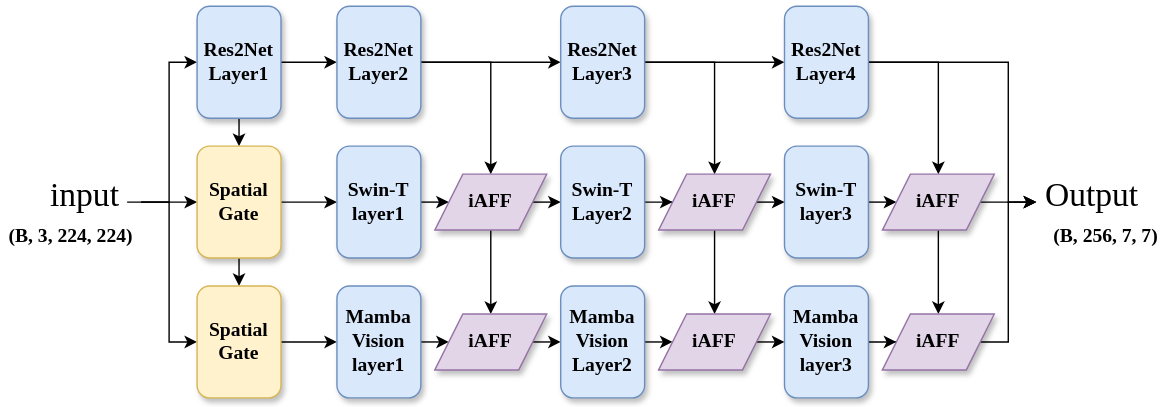
Before: illustrator/FusNet_encoder.svg, a diagram exported from draw.io (ccolr/FusNet). Source tidied: cells renumbered, new cells last; positions are measured from the earlier drawing's top-left corner, leaving out a move shared by most shapes.
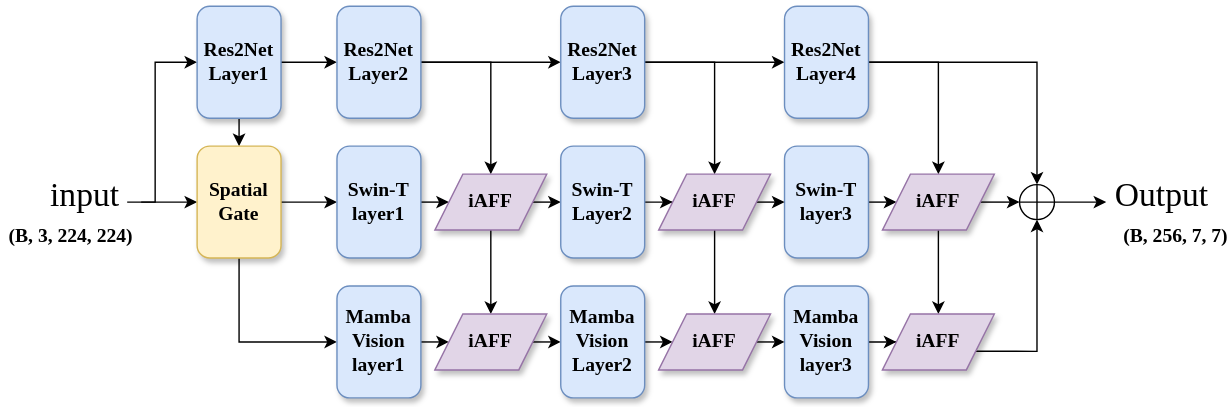
The same diagram one commit later.

The edit, as a diff of the source:
```diff
@@ -6,21 +6,11 @@
       <mxGeometry relative="1" as="geometry">
         <mxPoint x="100" y="140" as="sourcePoint" />
         <Array as="points">
-          <mxPoint x="120" y="140" />
-          <mxPoint x="120" y="40" />
+          <mxPoint x="110" y="140" />
+          <mxPoint x="110" y="40" />
         </Array>
       </mxGeometry>
     </mxCell>
-    <mxCell id="3" style="edgeStyle=orthogonalEdgeStyle;rounded=0;orthogonalLoop=1;jettySize=auto;html=1;exitX=1;exitY=0.5;exitDx=0;exitDy=0;curved=0;" parent="1" edge="1">
-      <mxGeometry relative="1" as="geometry">
-        <mxPoint x="100" y="140" as="sourcePoint" />
-        <mxPoint x="140" y="240" as="targetPoint" />
-        <Array as="points">
-          <mxPoint x="120" y="140" />
-          <mxPoint x="120" y="240" />
-        </Array>
-      </mxGeometry>
-    </mxCell>
     <mxCell id="4" style="edgeStyle=orthogonalEdgeStyle;rounded=0;orthogonalLoop=1;jettySize=auto;html=1;curved=0;" parent="1" edge="1">
       <mxGeometry relative="1" as="geometry">
         <mxPoint x="90" y="140" as="sourcePoint" />
@@ -38,8 +28,12 @@
     <mxCell id="7" value="&lt;font face=&quot;Times New Roman&quot; style=&quot;font-size: 14px;&quot;&gt;&lt;b&gt;Res2Net&lt;br&gt;Layer1&lt;/b&gt;&lt;/font&gt;" style="rounded=1;whiteSpace=wrap;html=1;direction=south;fillColor=#dae8fc;strokeColor=#6c8ebf;shadow=1;" parent="1" vertex="1">
       <mxGeometry x="140" width="60" height="80" as="geometry" />
     </mxCell>
-    <mxCell id="8" style="edgeStyle=orthogonalEdgeStyle;rounded=0;jettySize=auto;html=1;exitX=1;exitY=0.5;exitDx=0;exitDy=0;entryX=0;entryY=0.5;entryDx=0;entryDy=0;" parent="1" edge="1" source="10" target="12">
-      <mxGeometry relative="1" as="geometry" />
+    <mxCell id="8" style="edgeStyle=orthogonalEdgeStyle;rounded=0;jettySize=auto;html=1;exitX=1;exitY=0.5;exitDx=0;exitDy=0;entryX=0.5;entryY=1;entryDx=0;entryDy=0;curved=0;" parent="1" edge="1" source="10" target="19">
+      <mxGeometry relative="1" as="geometry">
+        <Array as="points">
+          <mxPoint x="170" y="240" />
+        </Array>
+      </mxGeometry>
     </mxCell>
     <mxCell id="9" style="edgeStyle=orthogonalEdgeStyle;rounded=0;jettySize=auto;html=1;exitX=0.5;exitY=0;exitDx=0;exitDy=0;" parent="1" edge="1" source="10">
       <mxGeometry relative="1" as="geometry">
@@ -49,18 +43,10 @@
     <mxCell id="10" value="&lt;font face=&quot;Times New Roman&quot; style=&quot;font-size: 14px;&quot;&gt;&lt;b&gt;Spatial&lt;br&gt;Gate&lt;/b&gt;&lt;/font&gt;" style="rounded=1;whiteSpace=wrap;html=1;direction=south;fillColor=#fff2cc;strokeColor=#d6b656;shadow=1;" parent="1" vertex="1">
       <mxGeometry x="140" y="100" width="60" height="80" as="geometry" />
     </mxCell>
-    <mxCell id="11" style="edgeStyle=orthogonalEdgeStyle;rounded=0;jettySize=auto;html=1;exitX=0.5;exitY=0;exitDx=0;exitDy=0;" parent="1" edge="1" source="12">
-      <mxGeometry relative="1" as="geometry">
-        <mxPoint x="240" y="240" as="targetPoint" />
-      </mxGeometry>
-    </mxCell>
-    <mxCell id="12" value="&lt;font style=&quot;font-size: 14px;&quot; face=&quot;Times New Roman&quot;&gt;&lt;b&gt;Spatial&lt;br&gt;Gate&lt;/b&gt;&lt;/font&gt;" style="rounded=1;whiteSpace=wrap;html=1;direction=south;fillColor=#fff2cc;strokeColor=#d6b656;shadow=1;" parent="1" vertex="1">
-      <mxGeometry x="140" y="200" width="60" height="80" as="geometry" />
-    </mxCell>
     <mxCell id="13" style="edgeStyle=orthogonalEdgeStyle;rounded=0;jettySize=auto;html=1;exitX=0.5;exitY=0;exitDx=0;exitDy=0;entryX=0.5;entryY=1;entryDx=0;entryDy=0;" parent="1" edge="1" source="15" target="27">
       <mxGeometry relative="1" as="geometry" />
     </mxCell>
-    <mxCell id="14" style="edgeStyle=orthogonalEdgeStyle;rounded=0;jettySize=auto;html=1;exitX=0.5;exitY=0;exitDx=0;exitDy=0;entryX=0.5;entryY=0;entryDx=0;entryDy=0;" parent="1" edge="1" source="15" target="22">
+    <mxCell id="14" style="edgeStyle=orthogonalEdgeStyle;rounded=0;jettySize=auto;html=1;exitX=0.5;exitY=0;exitDx=0;exitDy=0;entryX=0.5;entryY=0;entryDx=0;entryDy=0;curved=0;" parent="1" edge="1" source="15" target="22">
       <mxGeometry relative="1" as="geometry" />
     </mxCell>
     <mxCell id="15" value="&lt;b style=&quot;font-family: &amp;quot;Times New Roman&amp;quot;; font-size: 14px;&quot;&gt;Res2Net&lt;br&gt;Layer2&lt;/b&gt;" style="rounded=1;whiteSpace=wrap;html=1;direction=south;fillColor=#dae8fc;strokeColor=#6c8ebf;shadow=1;" parent="1" vertex="1">
@@ -98,7 +84,7 @@
     <mxCell id="25" style="edgeStyle=orthogonalEdgeStyle;rounded=0;jettySize=auto;html=1;exitX=0.5;exitY=0;exitDx=0;exitDy=0;entryX=0.5;entryY=1;entryDx=0;entryDy=0;" parent="1" edge="1" source="27" target="34">
       <mxGeometry relative="1" as="geometry" />
     </mxCell>
-    <mxCell id="26" style="edgeStyle=orthogonalEdgeStyle;rounded=0;jettySize=auto;html=1;exitX=0.5;exitY=0;exitDx=0;exitDy=0;" parent="1" edge="1" source="27" target="41">
+    <mxCell id="26" style="edgeStyle=orthogonalEdgeStyle;rounded=0;jettySize=auto;html=1;exitX=0.5;exitY=0;exitDx=0;exitDy=0;curved=0;" parent="1" edge="1" source="27" target="41">
       <mxGeometry relative="1" as="geometry" />
     </mxCell>
     <mxCell id="27" value="&lt;b style=&quot;font-family: &amp;quot;Times New Roman&amp;quot;; font-size: 14px;&quot;&gt;Res2Net&lt;br&gt;Layer3&lt;/b&gt;" style="rounded=1;whiteSpace=wrap;html=1;direction=south;fillColor=#dae8fc;strokeColor=#6c8ebf;shadow=1;" parent="1" vertex="1">
@@ -119,16 +105,9 @@
     <mxCell id="32" style="edgeStyle=orthogonalEdgeStyle;rounded=0;jettySize=auto;html=1;exitX=0.5;exitY=0;exitDx=0;exitDy=0;entryX=0.5;entryY=0;entryDx=0;entryDy=0;" parent="1" edge="1" source="34" target="46">
       <mxGeometry relative="1" as="geometry" />
     </mxCell>
-    <mxCell id="33" style="edgeStyle=orthogonalEdgeStyle;rounded=0;orthogonalLoop=1;jettySize=auto;html=1;exitX=0.5;exitY=0;exitDx=0;exitDy=0;" parent="1" edge="1">
-      <mxGeometry relative="1" as="geometry">
-        <mxPoint x="610" y="40" as="sourcePoint" />
-        <mxPoint x="740" y="140" as="targetPoint" />
-        <Array as="points">
-          <mxPoint x="720" y="40" />
-          <mxPoint x="720" y="140" />
-        </Array>
-      </mxGeometry>
-    </mxCell>
+    <mxCell id="53" style="edgeStyle=orthogonalEdgeStyle;rounded=0;jettySize=auto;html=1;exitX=0.5;exitY=0;exitDx=0;exitDy=0;entryX=0.5;entryY=0;entryDx=0;entryDy=0;curved=0;" parent="1" edge="1" source="34" target="57">
+      <mxGeometry relative="1" as="geometry" />
+    </mxCell>
     <mxCell id="34" value="&lt;b style=&quot;font-family: &amp;quot;Times New Roman&amp;quot;; font-size: 14px;&quot;&gt;Res2Net&lt;br&gt;Layer4&lt;/b&gt;" style="rounded=1;whiteSpace=wrap;html=1;direction=south;fillColor=#dae8fc;strokeColor=#6c8ebf;shadow=1;" parent="1" vertex="1">
       <mxGeometry x="560" width="60" height="80" as="geometry" />
     </mxCell>
@@ -164,23 +143,15 @@
     <mxCell id="44" style="edgeStyle=orthogonalEdgeStyle;rounded=0;jettySize=auto;html=1;exitX=0.5;exitY=1;exitDx=0;exitDy=0;entryX=0.5;entryY=0;entryDx=0;entryDy=0;" parent="1" edge="1" source="46" target="48">
       <mxGeometry relative="1" as="geometry" />
     </mxCell>
-    <mxCell id="45" style="edgeStyle=orthogonalEdgeStyle;rounded=0;jettySize=auto;html=1;exitX=1;exitY=0.5;exitDx=0;exitDy=0;" parent="1" edge="1" source="46">
-      <mxGeometry relative="1" as="geometry">
-        <mxPoint x="740" y="140" as="targetPoint" />
-      </mxGeometry>
-    </mxCell>
+    <mxCell id="54" style="edgeStyle=orthogonalEdgeStyle;rounded=0;jettySize=auto;html=1;exitX=1;exitY=0.5;exitDx=0;exitDy=0;entryX=0;entryY=0.5;entryDx=0;entryDy=0;" parent="1" edge="1" source="46" target="57">
+      <mxGeometry relative="1" as="geometry" />
+    </mxCell>
     <mxCell id="46" value="&lt;b style=&quot;font-family: &amp;quot;Times New Roman&amp;quot;; font-size: 14px;&quot;&gt;iAFF&lt;/b&gt;" style="shape=parallelogram;perimeter=parallelogramPerimeter;whiteSpace=wrap;html=1;fixedSize=1;fillColor=#e1d5e7;strokeColor=#9673a6;shadow=1;" parent="1" vertex="1">
       <mxGeometry x="630" y="120" width="80" height="40" as="geometry" />
     </mxCell>
-    <mxCell id="47" style="edgeStyle=orthogonalEdgeStyle;rounded=0;jettySize=auto;html=1;exitX=1;exitY=0.5;exitDx=0;exitDy=0;" parent="1" edge="1" source="48">
-      <mxGeometry relative="1" as="geometry">
-        <mxPoint x="740" y="140" as="targetPoint" />
-        <Array as="points">
-          <mxPoint x="720" y="240" />
-          <mxPoint x="720" y="140" />
-        </Array>
-      </mxGeometry>
-    </mxCell>
+    <mxCell id="55" style="edgeStyle=orthogonalEdgeStyle;rounded=0;jettySize=auto;html=1;exitX=1;exitY=0.75;exitDx=0;exitDy=0;entryX=0.5;entryY=1;entryDx=0;entryDy=0;curved=0;" parent="1" edge="1" source="48" target="57">
+      <mxGeometry relative="1" as="geometry" />
+    </mxCell>
     <mxCell id="48" value="&lt;b style=&quot;font-family: &amp;quot;Times New Roman&amp;quot;; font-size: 14px;&quot;&gt;iAFF&lt;/b&gt;" style="shape=parallelogram;perimeter=parallelogramPerimeter;whiteSpace=wrap;html=1;fixedSize=1;fillColor=#e1d5e7;strokeColor=#9673a6;shadow=1;" parent="1" vertex="1">
       <mxGeometry x="630" y="220" width="80" height="40" as="geometry" />
     </mxCell>
@@ -188,13 +159,21 @@
       <mxGeometry x="30" y="120" width="60" height="30" as="geometry" />
     </mxCell>
     <mxCell id="50" value="&lt;font face=&quot;Times New Roman&quot; style=&quot;font-size: 24px;&quot;&gt;Output&lt;/font&gt;" style="text;html=1;whiteSpace=wrap;strokeColor=none;fillColor=none;align=center;verticalAlign=middle;rounded=0;" parent="1" vertex="1">
-      <mxGeometry x="750" y="120" width="60" height="30" as="geometry" />
+      <mxGeometry x="800" y="120" width="60" height="30" as="geometry" />
     </mxCell>
     <mxCell id="51" value="&lt;font style=&quot;font-size: 14px;&quot; face=&quot;Times New Roman&quot;&gt;&lt;b&gt;(B, 256, 7, 7)&lt;/b&gt;&lt;/font&gt;" style="text;html=1;whiteSpace=wrap;strokeColor=none;fillColor=none;align=center;verticalAlign=middle;rounded=0;" parent="1" vertex="1">
-      <mxGeometry x="750" y="150" width="80" height="30" as="geometry" />
+      <mxGeometry x="800" y="150" width="80" height="30" as="geometry" />
     </mxCell>
     <mxCell id="52" value="&lt;font style=&quot;font-size: 14px;&quot; face=&quot;Times New Roman&quot;&gt;&lt;b&gt;(B, 3, 224, 224)&lt;/b&gt;&lt;/font&gt;" style="text;html=1;whiteSpace=wrap;strokeColor=none;fillColor=none;align=center;verticalAlign=middle;rounded=0;" parent="1" vertex="1">
       <mxGeometry y="150" width="100" height="30" as="geometry" />
     </mxCell>
+    <mxCell id="56" style="edgeStyle=orthogonalEdgeStyle;rounded=0;jettySize=auto;html=1;exitX=1;exitY=0.5;exitDx=0;exitDy=0;" parent="1" edge="1" source="57">
+      <mxGeometry relative="1" as="geometry">
+        <mxPoint x="790" y="140" as="targetPoint" />
+      </mxGeometry>
+    </mxCell>
+    <mxCell id="57" style="shape=orEllipse;perimeter=ellipsePerimeter;whiteSpace=wrap;html=1;backgroundOutline=1;strokeWidth=1;perimeterSpacing=0;" parent="1" vertex="1">
+      <mxGeometry x="728" y="127.5" width="25" height="25" as="geometry" />
+    </mxCell>
   </root>
 </mxGraphModel>
```
